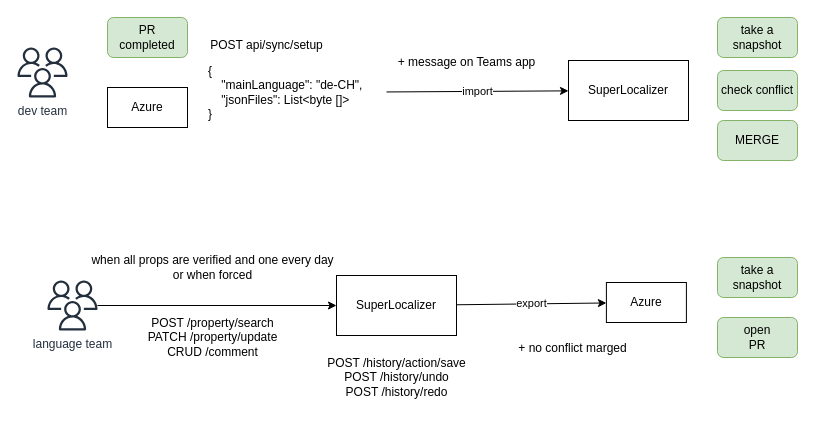
Before: docs/diagrams/sync-flow.drawio in DallaValle/SuperLocalizer, a draw.io diagram. Source tidied: cells renumbered, new cells numbered last; positions are measured from the earlier drawing's top-left corner, leaving out a move shared by most shapes. Both pictures are drawn from the tidied source at 100%, with x=0, y=0 at pixel (17, 17).
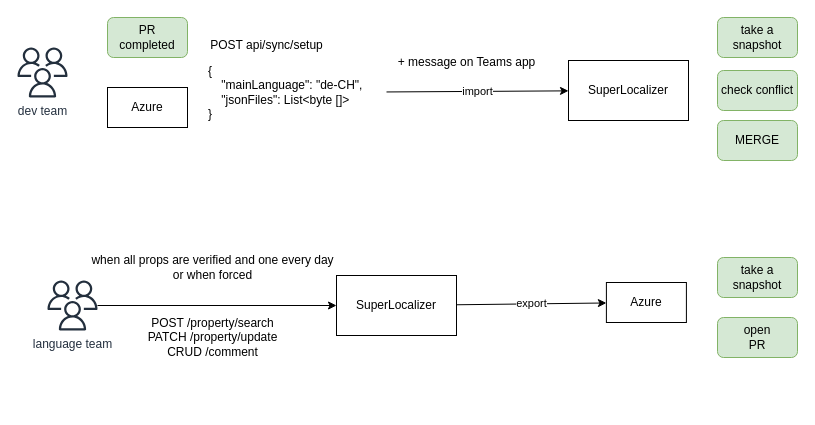
The same page after the edit.

Change to the diagram source:
```diff
@@
-    <mxCell id="17" value="+ no conflict marged" style="text;html=1;align=center;verticalAlign=middle;strokeColor=none;fillColor=none;" parent="1" vertex="1">
-      <mxGeometry x="490" y="316" width="130" height="30" as="geometry" />
-    </mxCell>
@@
-    <mxCell id="19" value="POST /history/action/save&lt;div&gt;POST /history/undo&lt;/div&gt;&lt;div&gt;POST /history/redo&lt;/div&gt;" style="text;html=1;align=center;verticalAlign=middle;strokeColor=none;fillColor=none;" parent="1" vertex="1">
-      <mxGeometry x="299" y="330" width="160" height="60" as="geometry" />
-    </mxCell>
```
